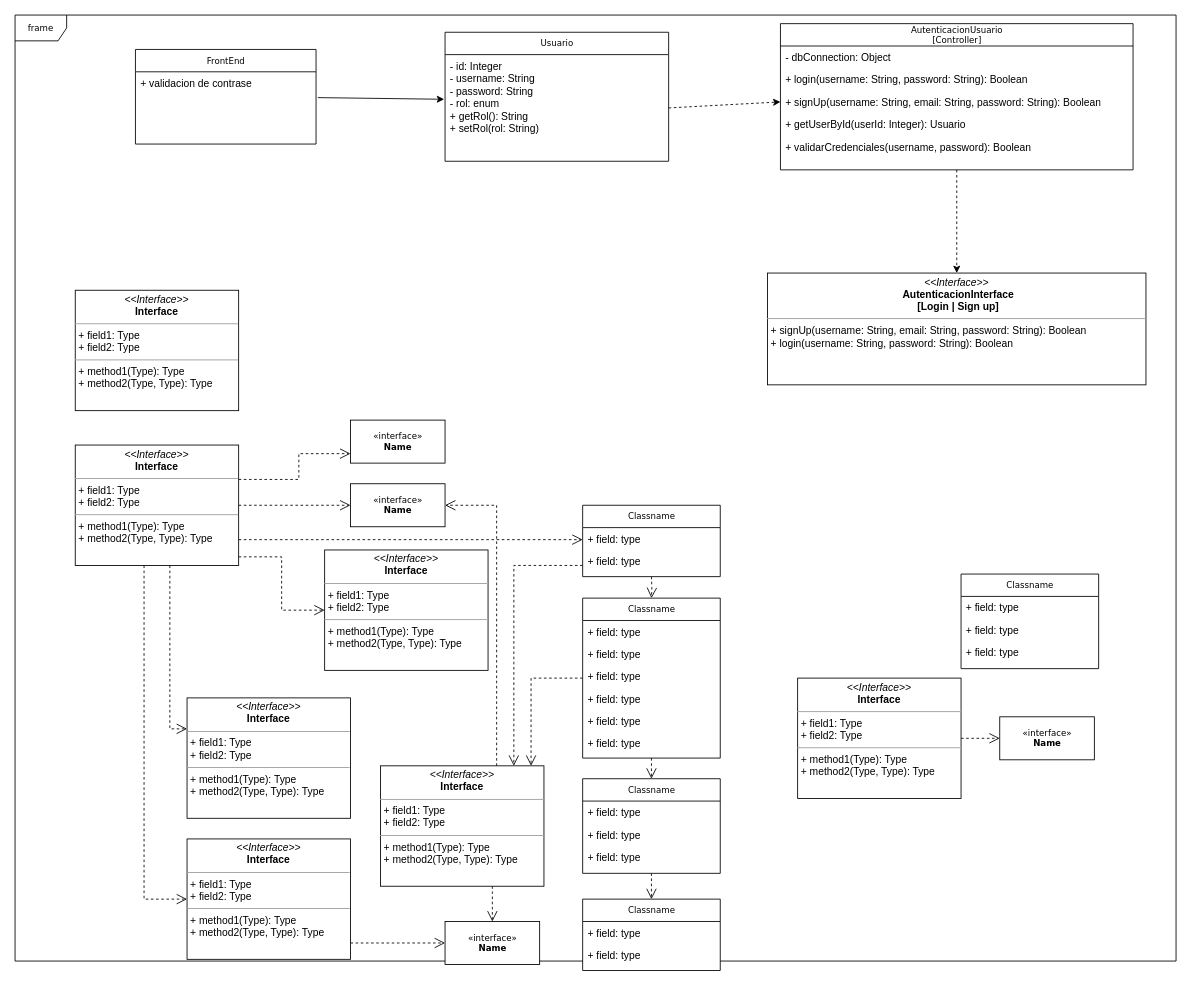
Above: DaVinci ASB1 [Carpeta Raiz]/2° Cuatrimestre/Programacion Web II/Final/UML_FINAL.drawio in Agustin-Andres/DaVinci (draw.io), before the change. Source tidied: cells renumbered, new cells numbered last; positions are measured from the earlier drawing's top-left corner, leaving out a move shared by most shapes. Both pictures are drawn from the tidied source at 86%, with x=0, y=0 at pixel (15, 15).
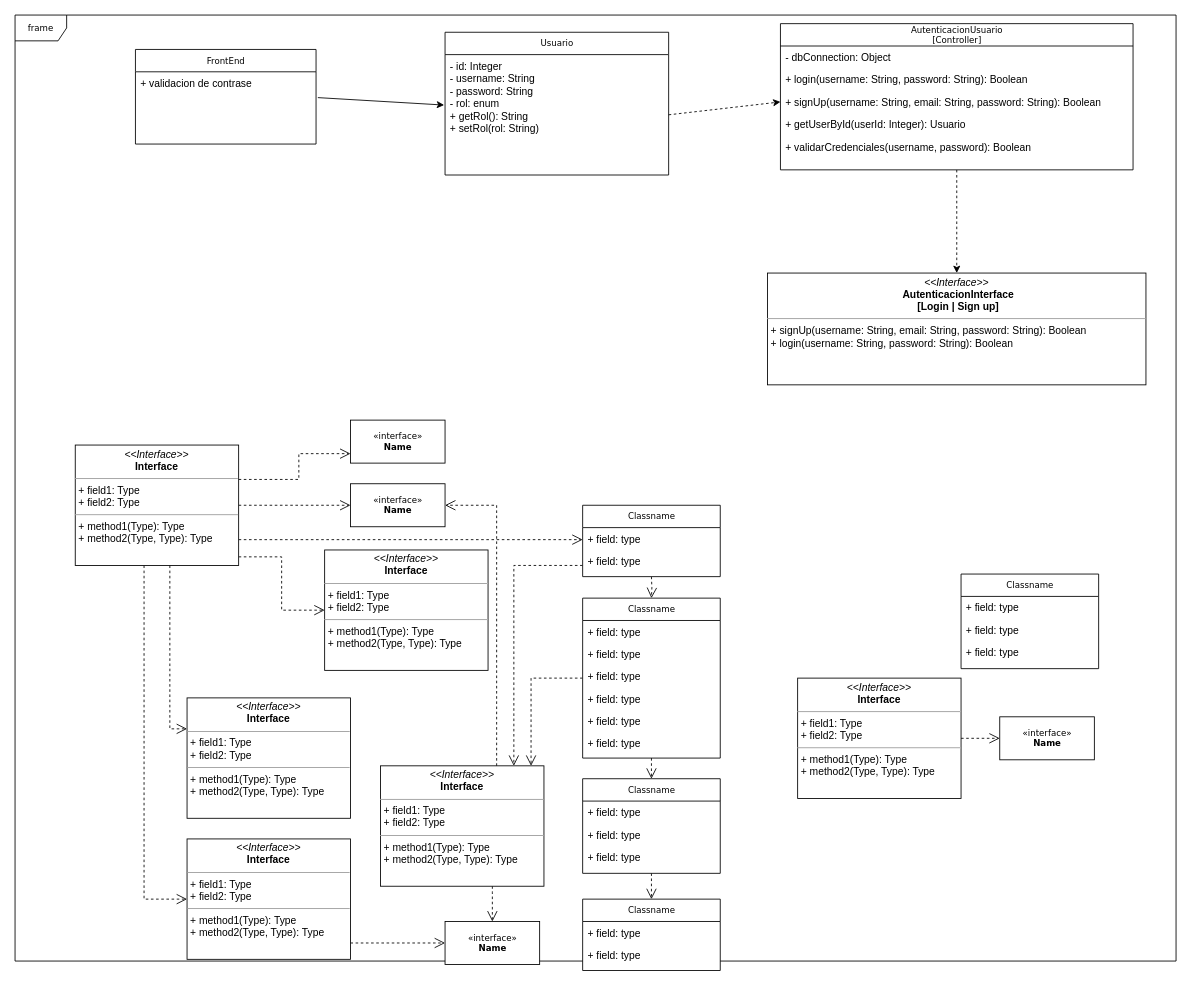
The same page after the edit.

The edit, as a diff of the source:
```diff
@@
-    <mxCell id="42" value="&lt;p style=&quot;margin:0px;margin-top:4px;text-align:center;&quot;&gt;&lt;i&gt;&amp;lt;&amp;lt;Interface&amp;gt;&amp;gt;&lt;/i&gt;&lt;br/&gt;&lt;b&gt;Interface&lt;/b&gt;&lt;/p&gt;&lt;hr size=&quot;1&quot;/&gt;&lt;p style=&quot;margin:0px;margin-left:4px;&quot;&gt;+ field1: Type&lt;br/&gt;+ field2: Type&lt;/p&gt;&lt;hr size=&quot;1&quot;/&gt;&lt;p style=&quot;margin:0px;margin-left:4px;&quot;&gt;+ method1(Type): Type&lt;br/&gt;+ method2(Type, Type): Type&lt;/p&gt;" style="verticalAlign=top;align=left;overflow=fill;fontSize=12;fontFamily=Helvetica;html=1;rounded=0;shadow=0;comic=0;labelBackgroundColor=none;strokeWidth=1;" parent="1" vertex="1">
-      <mxGeometry x="70" y="320" width="190" height="140" as="geometry" />
-    </mxCell>
@@
     <mxCell id="54" value="Usuario" style="swimlane;html=1;fontStyle=0;horizontal=1;startSize=26;fillColor=none;swimlaneFillColor=#ffffff;rounded=0;shadow=0;comic=0;labelBackgroundColor=none;strokeWidth=1;fontFamily=Verdana;fontSize=10;align=center;" parent="1" vertex="1">
-      <mxGeometry x="500" y="20" width="260" height="150" as="geometry" />
+      <mxGeometry x="500" y="20" width="260" height="166" as="geometry" />
     </mxCell>
     <mxCell id="55" value="&lt;div&gt;- id: Integer&lt;/div&gt;&lt;div&gt;- username: String&lt;/div&gt;&lt;div&gt;- password: String&lt;/div&gt;&lt;div&gt;- rol: enum&lt;/div&gt;&lt;div&gt;+ getRol(): String&lt;/div&gt;&lt;div&gt;+ setRol(rol: String)&lt;/div&gt;&lt;div&gt;&lt;br&gt;&lt;/div&gt;" style="text;html=1;strokeColor=none;fillColor=none;align=left;verticalAlign=top;spacingLeft=4;spacingRight=4;whiteSpace=wrap;overflow=hidden;points=[[0,0.5],[1,0.5]];portConstraint=eastwest;" parent="54" vertex="1">
-      <mxGeometry y="26" width="260" height="124" as="geometry" />
+      <mxGeometry y="26" width="260" height="140" as="geometry" />
     </mxCell>
```
